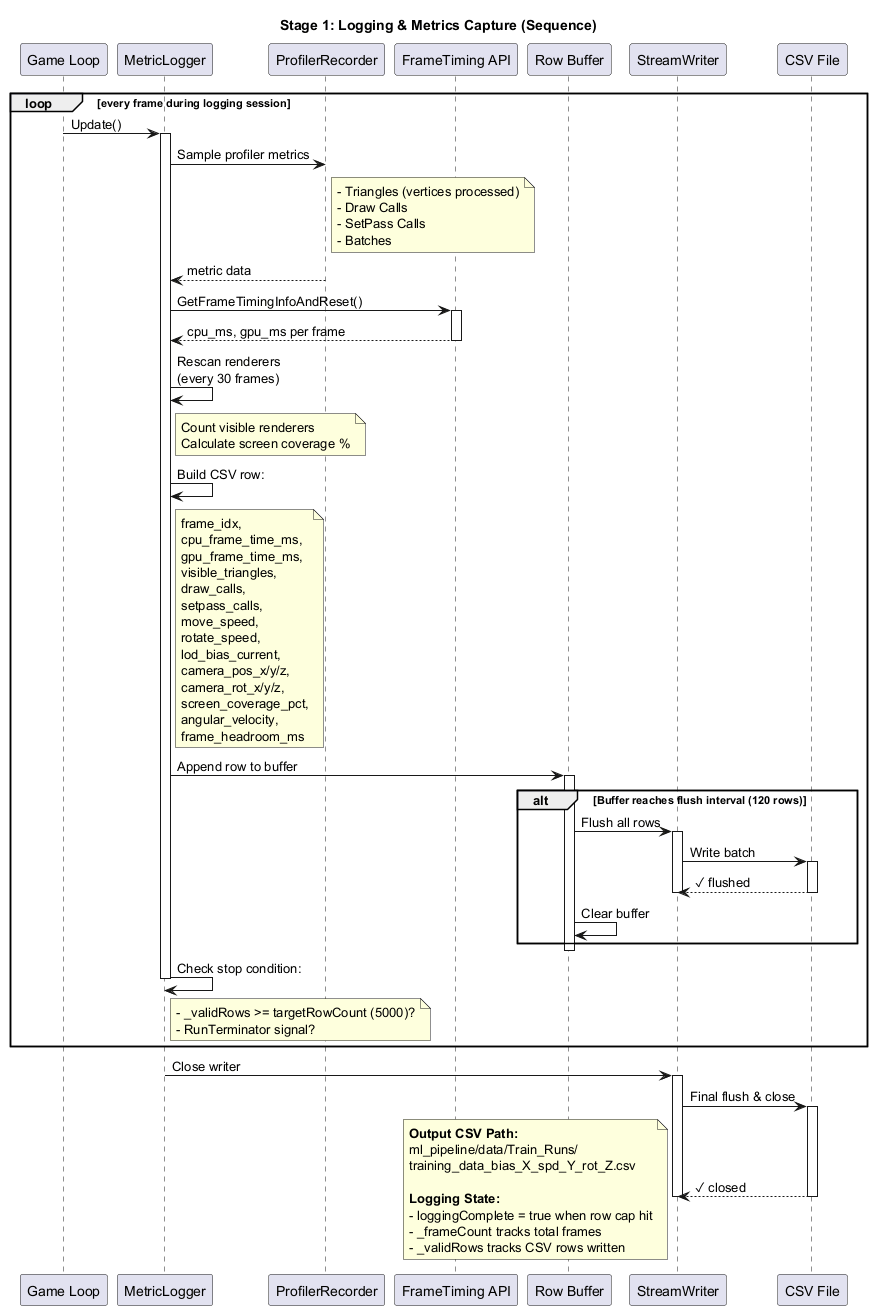
Before: ml_pipeline/Diagram/Stage_1/Stage_1_Logging_MetricsCapture.png, a diagram exported from PlantUML (Silent0Wings/neural-lod). Source of this version:
```plantuml
@startuml Stage_1_Logging_MetricsCapture

title Stage 1: Logging & Metrics Capture (Sequence)

participant "Game Loop" as gl
participant "MetricLogger" as ml
participant "ProfilerRecorder" as pr
participant "FrameTiming API" as ft
participant "Row Buffer" as buf
participant "StreamWriter" as sw
participant "CSV File" as csv

loop every frame during logging session
  gl -> ml: Update()
  activate ml

  ml -> pr: Sample profiler metrics
  note right of pr
    - Triangles (vertices processed)
    - Draw Calls
    - SetPass Calls
    - Batches
  end note
  pr --> ml: metric data

  ml -> ft: GetFrameTimingInfoAndReset()
  activate ft
  ft --> ml: cpu_ms, gpu_ms per frame
  deactivate ft

  ml -> ml: Rescan renderers\n(every 30 frames)
  note right of ml
    Count visible renderers
    Calculate screen coverage %
  end note

  ml -> ml: Build CSV row:
  note right of ml
    frame_idx,
    cpu_frame_time_ms,
    gpu_frame_time_ms,
    visible_triangles,
    draw_calls,
    setpass_calls,
    move_speed,
    rotate_speed,
    lod_bias_current,
    camera_pos_x/y/z,
    camera_rot_x/y/z,
    screen_coverage_pct,
    angular_velocity,
    frame_headroom_ms
  end note

  ml -> buf: Append row to buffer
  activate buf

  alt Buffer reaches flush interval (120 rows)
    buf -> sw: Flush all rows
    activate sw
    sw -> csv: Write batch
    activate csv
    csv --> sw: ✓ flushed
    deactivate csv
    deactivate sw
    buf -> buf: Clear buffer
  end

  deactivate buf

  ml -> ml: Check stop condition:
  note right of ml
    - _validRows >= targetRowCount (5000)?
    - RunTerminator signal?
  end note

  deactivate ml
end

ml -> sw: Close writer
activate sw
sw -> csv: Final flush & close
activate csv
csv --> sw: ✓ closed
deactivate csv
deactivate sw

note bottom
  **Output CSV Path:**
  ml_pipeline/data/Train_Runs/
  training_data_bias_X_spd_Y_rot_Z.csv

  **Logging State:**
  - loggingComplete = true when row cap hit
  - _frameCount tracks total frames
  - _validRows tracks CSV rows written
end note

@enduml
```
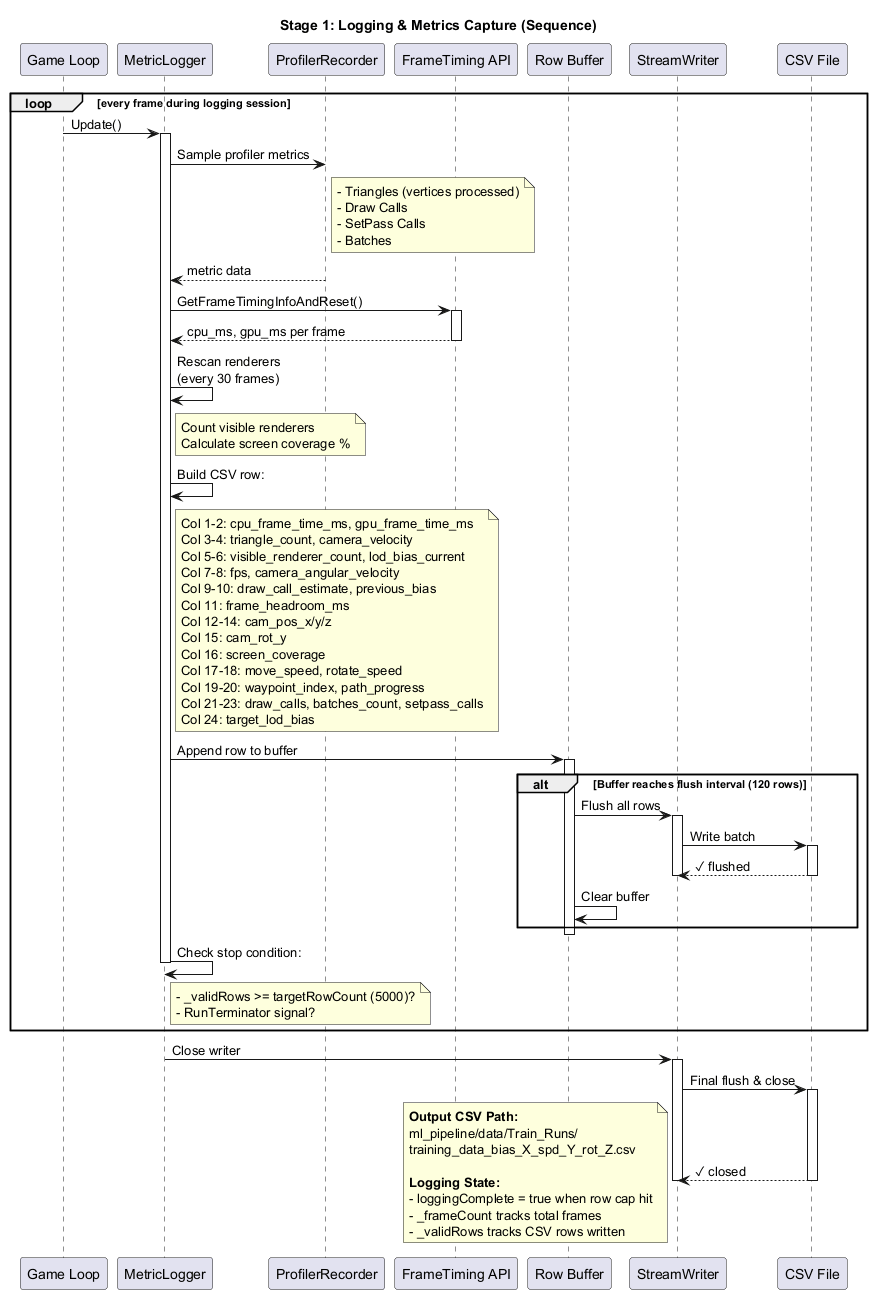
Above is the later version.

What changed in the source:
```diff
@@ -36,20 +36,19 @@
 
   ml -> ml: Build CSV row:
   note right of ml
-    frame_idx,
-    cpu_frame_time_ms,
-    gpu_frame_time_ms,
-    visible_triangles,
-    draw_calls,
-    setpass_calls,
-    move_speed,
-    rotate_speed,
-    lod_bias_current,
-    camera_pos_x/y/z,
-    camera_rot_x/y/z,
-    screen_coverage_pct,
-    angular_velocity,
-    frame_headroom_ms
+    Col 1-2: cpu_frame_time_ms, gpu_frame_time_ms
+    Col 3-4: triangle_count, camera_velocity
+    Col 5-6: visible_renderer_count, lod_bias_current
+    Col 7-8: fps, camera_angular_velocity
+    Col 9-10: draw_call_estimate, previous_bias
+    Col 11: frame_headroom_ms
+    Col 12-14: cam_pos_x/y/z
+    Col 15: cam_rot_y
+    Col 16: screen_coverage
+    Col 17-18: move_speed, rotate_speed
+    Col 19-20: waypoint_index, path_progress
+    Col 21-23: draw_calls, batches_count, setpass_calls
+    Col 24: target_lod_bias
   end note
 
   ml -> buf: Append row to buffer
```
